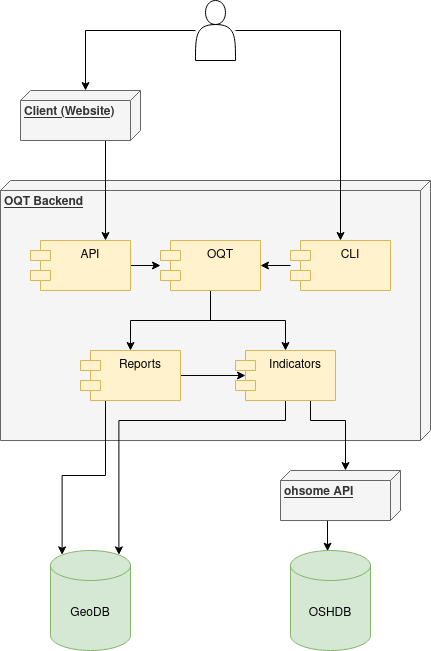
Before: docs/UML-Component-Diagram.png, a diagram exported from draw.io (GIScience/ohsome-quality-api). Source tidied: cells renumbered, new cells last; positions are measured from the earlier drawing's top-left corner, leaving out a move shared by most shapes.
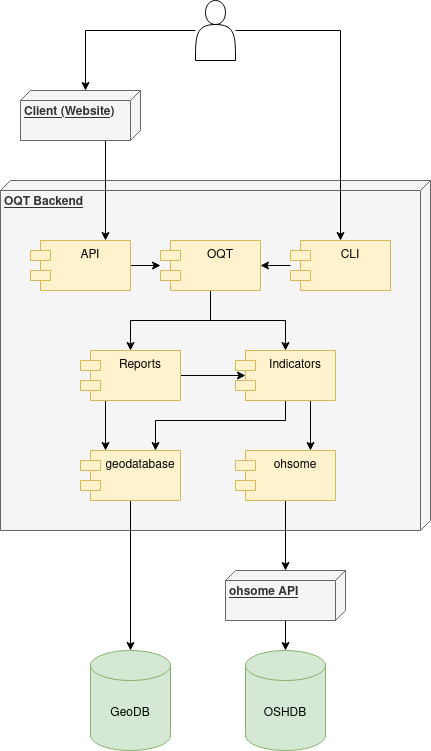
Later version of the same file.

Commit message:
Make diagram more readable

The edit, as a diff of the source:
```diff
@@ -3,7 +3,7 @@
     <mxCell id="0" />
     <mxCell id="1" parent="0" />
     <mxCell id="2" value="&lt;b&gt;OQT Backend&lt;/b&gt;" style="verticalAlign=top;align=left;spacingTop=8;spacingLeft=2;spacingRight=12;shape=cube;size=10;direction=south;fontStyle=4;html=1;fillColor=#f5f5f5;strokeColor=#666666;fontColor=#333333;" parent="1" vertex="1">
-      <mxGeometry y="180" width="430" height="260" as="geometry" />
+      <mxGeometry y="180" width="430" height="350" as="geometry" />
     </mxCell>
     <mxCell id="3" style="edgeStyle=orthogonalEdgeStyle;rounded=0;jettySize=auto;html=1;" parent="1" edge="1" source="4" target="7">
       <mxGeometry relative="1" as="geometry" />
@@ -29,25 +29,25 @@
     <mxCell id="10" style="edgeStyle=orthogonalEdgeStyle;rounded=0;jettySize=auto;html=1;entryX=0.1;entryY=0.5;entryDx=0;entryDy=0;entryPerimeter=0;" parent="1" edge="1" source="12" target="15">
       <mxGeometry relative="1" as="geometry" />
     </mxCell>
-    <mxCell id="11" style="edgeStyle=orthogonalEdgeStyle;rounded=0;jettySize=auto;html=1;exitX=0.25;exitY=1;exitDx=0;exitDy=0;entryX=0.145;entryY=0;entryDx=0;entryDy=4.35;entryPerimeter=0;" parent="1" edge="1" source="12" target="24">
+    <mxCell id="11" style="edgeStyle=orthogonalEdgeStyle;rounded=0;jettySize=auto;html=1;exitX=0.25;exitY=1;exitDx=0;exitDy=0;entryX=0.25;entryY=0;entryDx=0;entryDy=0;" parent="1" edge="1" source="12" target="28">
       <mxGeometry relative="1" as="geometry" />
     </mxCell>
     <mxCell id="12" value="Reports" style="shape=module;align=left;spacingLeft=20;align=center;verticalAlign=top;fillColor=#fff2cc;strokeColor=#d6b656;" parent="1" vertex="1">
       <mxGeometry x="80" y="350" width="100" height="50" as="geometry" />
     </mxCell>
-    <mxCell id="13" style="edgeStyle=orthogonalEdgeStyle;rounded=0;jettySize=auto;html=1;entryX=0;entryY=0;entryDx=0;entryDy=55;entryPerimeter=0;exitX=0.75;exitY=1;exitDx=0;exitDy=0;" parent="1" edge="1" source="15" target="23">
+    <mxCell id="13" style="edgeStyle=orthogonalEdgeStyle;rounded=0;jettySize=auto;html=1;entryX=0.75;entryY=0;entryDx=0;entryDy=0;exitX=0.75;exitY=1;exitDx=0;exitDy=0;" parent="1" edge="1" source="15" target="26">
       <mxGeometry relative="1" as="geometry">
         <Array as="points">
-          <mxPoint x="310" y="420" />
-          <mxPoint x="345" y="420" />
+          <mxPoint x="310" y="440" />
+          <mxPoint x="310" y="440" />
         </Array>
       </mxGeometry>
     </mxCell>
-    <mxCell id="14" style="edgeStyle=orthogonalEdgeStyle;rounded=0;jettySize=auto;html=1;exitX=0.5;exitY=1;exitDx=0;exitDy=0;entryX=0.855;entryY=0;entryDx=0;entryDy=4.35;entryPerimeter=0;" parent="1" edge="1" source="15" target="24">
+    <mxCell id="14" style="edgeStyle=orthogonalEdgeStyle;rounded=0;jettySize=auto;html=1;exitX=0.5;exitY=1;exitDx=0;exitDy=0;entryX=0.75;entryY=0;entryDx=0;entryDy=0;" parent="1" edge="1" source="15" target="28">
       <mxGeometry relative="1" as="geometry">
         <Array as="points">
           <mxPoint x="285" y="420" />
-          <mxPoint x="118" y="420" />
+          <mxPoint x="155" y="420" />
         </Array>
       </mxGeometry>
     </mxCell>
@@ -70,16 +70,28 @@
       <mxGeometry x="20" y="90" width="120" height="50" as="geometry" />
     </mxCell>
     <mxCell id="21" value="OSHDB" style="shape=cylinder3;whiteSpace=wrap;html=1;boundedLbl=1;backgroundOutline=1;size=15;strokeColor=#82b366;fillColor=#d5e8d4;" parent="1" vertex="1">
-      <mxGeometry x="290" y="550" width="80" height="100" as="geometry" />
+      <mxGeometry x="245" y="650" width="80" height="100" as="geometry" />
     </mxCell>
+    <mxCell id="25" style="edgeStyle=orthogonalEdgeStyle;rounded=0;jettySize=auto;html=1;strokeColor=#000000;startArrow=classic;startFill=1;endArrow=none;endFill=0;" parent="1" edge="1" source="23" target="26">
+      <mxGeometry relative="1" as="geometry" />
+    </mxCell>
-    <mxCell id="22" style="edgeStyle=orthogonalEdgeStyle;rounded=0;jettySize=auto;html=1;exitX=0;exitY=0;exitDx=50;exitDy=65;exitPerimeter=0;entryX=0.463;entryY=0.007;entryDx=0;entryDy=0;entryPerimeter=0;" parent="1" edge="1" source="23" target="21">
+    <mxCell id="22" style="edgeStyle=orthogonalEdgeStyle;rounded=0;jettySize=auto;html=1;startArrow=none;startFill=0;endArrow=classic;endFill=1;strokeColor=#000000;" parent="1" edge="1" source="23" target="21">
       <mxGeometry relative="1" as="geometry" />
     </mxCell>
     <mxCell id="23" value="&lt;b&gt;ohsome API&lt;/b&gt;" style="verticalAlign=top;align=left;spacingTop=8;spacingLeft=2;spacingRight=12;shape=cube;size=10;direction=south;fontStyle=4;html=1;fillColor=#f5f5f5;strokeColor=#666666;fontColor=#333333;" parent="1" vertex="1">
-      <mxGeometry x="280" y="470" width="120" height="50" as="geometry" />
+      <mxGeometry x="225" y="570" width="120" height="50" as="geometry" />
     </mxCell>
     <mxCell id="24" value="GeoDB" style="shape=cylinder3;whiteSpace=wrap;html=1;boundedLbl=1;backgroundOutline=1;size=15;strokeColor=#82b366;fillColor=#d5e8d4;" parent="1" vertex="1">
-      <mxGeometry x="50" y="550" width="80" height="100" as="geometry" />
+      <mxGeometry x="90" y="650" width="80" height="100" as="geometry" />
     </mxCell>
+    <mxCell id="26" value="ohsome" style="shape=module;align=left;spacingLeft=20;align=center;verticalAlign=top;fillColor=#fff2cc;strokeColor=#d6b656;" parent="1" vertex="1">
+      <mxGeometry x="235" y="450" width="100" height="50" as="geometry" />
+    </mxCell>
+    <mxCell id="27" style="edgeStyle=orthogonalEdgeStyle;rounded=0;jettySize=auto;html=1;exitX=0.5;exitY=1;exitDx=0;exitDy=0;entryX=0.5;entryY=0;entryDx=0;entryDy=0;entryPerimeter=0;" parent="1" edge="1" source="28" target="24">
+      <mxGeometry relative="1" as="geometry" />
+    </mxCell>
+    <mxCell id="28" value="geodatabase" style="shape=module;align=left;spacingLeft=20;align=center;verticalAlign=top;fillColor=#fff2cc;strokeColor=#d6b656;" parent="1" vertex="1">
+      <mxGeometry x="80" y="450" width="100" height="50" as="geometry" />
+    </mxCell>
   </root>
 </mxGraphModel>
```
